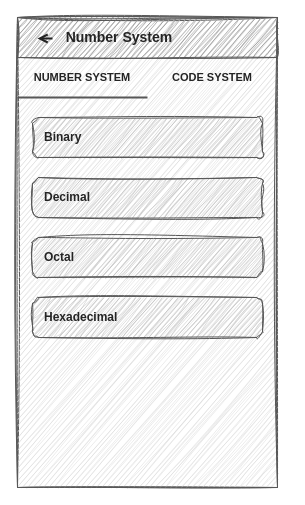
Above: page "Menu Sistem Bilangan" (1 of 2) of Wireframe fitur sistem bilangan.drawio in dans609/diagrams_net (draw.io), before the change. Source tidied: cells renumbered, new cells numbered last; positions are measured from the earlier drawing's top-left corner, leaving out a move shared by most shapes. Both pictures are drawn from the tidied source at 100%, with x=0, y=0 at pixel (17, 17).
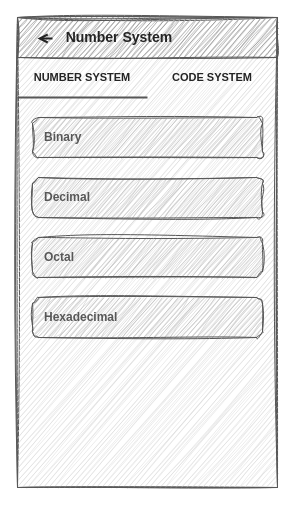
The same diagram, later.

Commit message:
Change hints color of input on Number System Menu

Diff of the diagram source:
```diff
@@
 <mxGraphModel>
   <root>
     <mxCell id="0" />
     <mxCell id="1" parent="0" />
     <mxCell id="2" style="group;" parent="1" vertex="1">
       <mxGeometry width="270" height="470" as="geometry" />
     </mxCell>
     <mxCell id="3" style="group;" parent="2" vertex="1">
       <mxGeometry width="270" height="470" as="geometry" />
     </mxCell>
     <mxCell id="4" style="rounded=0;whiteSpace=wrap;html=1;sketch=1;curveFitting=1;jiggle=2;fillColor=default;strokeColor=#575757;" parent="3" vertex="1">
       <mxGeometry width="260" height="470" as="geometry" />
     </mxCell>
     <mxCell id="5" style="rounded=0;whiteSpace=wrap;html=1;fillColor=#D9D9D9;strokeColor=#575757;sketch=1;curveFitting=1;jiggle=2;" parent="3" vertex="1">
       <mxGeometry width="260" height="470" as="geometry" />
     </mxCell>
     <mxCell id="6" value="&amp;nbsp; &amp;nbsp; &amp;nbsp; &amp;nbsp; &amp;nbsp; &amp;nbsp; Number System" style="text;strokeColor=#575757;align=left;fillColor=#878787;html=1;verticalAlign=middle;whiteSpace=wrap;rounded=0;fontStyle=1;fontSize=14;shadow=0;sketch=1;curveFitting=1;jiggle=2;fontFamily=Helvetica;fontColor=#242424;" parent="3" vertex="1">
       <mxGeometry width="260" height="40" as="geometry" />
     </mxCell>
     <mxCell id="7" style="edgeStyle=none;orthogonalLoop=1;jettySize=auto;html=1;rounded=1;strokeWidth=2;endArrow=open;endFill=0;strokeColor=#242424;" parent="3" edge="1">
       <mxGeometry relative="1" as="geometry">
         <mxPoint x="35" y="21" as="sourcePoint" />
         <mxPoint x="20" y="21" as="targetPoint" />
       </mxGeometry>
     </mxCell>
     <mxCell id="8" value="NUMBER SYSTEM" style="text;strokeColor=none;align=center;fillColor=none;html=1;verticalAlign=middle;whiteSpace=wrap;rounded=0;fontStyle=1;fontSize=11;shadow=0;sketch=1;curveFitting=1;jiggle=2;fontFamily=Helvetica;fontColor=#242424;" parent="3" vertex="1">
       <mxGeometry y="40" width="130" height="40" as="geometry" />
     </mxCell>
     <mxCell id="9" value="CODE SYSTEM" style="text;strokeColor=none;align=center;fillColor=none;html=1;verticalAlign=middle;whiteSpace=wrap;rounded=0;fontStyle=1;fontSize=11;shadow=0;sketch=1;curveFitting=1;jiggle=2;fontFamily=Helvetica;fontColor=#242424;" parent="3" vertex="1">
       <mxGeometry x="130" y="40" width="130" height="40" as="geometry" />
     </mxCell>
     <mxCell id="10" style="edgeStyle=none;jettySize=auto;html=1;rounded=0;exitX=0;exitY=1;exitDx=0;exitDy=0;entryX=0;entryY=1;entryDx=0;entryDy=0;endArrow=none;endFill=0;strokeWidth=2;strokeColor=#575757;" parent="3" edge="1" source="8" target="9">
       <mxGeometry relative="1" as="geometry" />
     </mxCell>
-    <mxCell id="11" value="&amp;nbsp; &amp;nbsp;Binary" style="text;strokeColor=#575757;align=left;fillColor=#BABABA;html=1;verticalAlign=middle;whiteSpace=wrap;rounded=1;fontStyle=1;fontSize=12;shadow=0;sketch=1;curveFitting=1;jiggle=2;fontFamily=Helvetica;fontColor=#242424;" parent="3" vertex="1">
+    <mxCell id="11" value="&amp;nbsp; &amp;nbsp;Binary" style="text;strokeColor=#575757;align=left;fillColor=#BABABA;html=1;verticalAlign=middle;whiteSpace=wrap;rounded=1;fontStyle=1;fontSize=12;shadow=0;sketch=1;curveFitting=1;jiggle=2;fontFamily=Helvetica;fontColor=#575757;" parent="3" vertex="1">
       <mxGeometry x="15" y="100" width="230" height="40" as="geometry" />
     </mxCell>
-    <mxCell id="12" value="&amp;nbsp; &amp;nbsp;Decimal" style="text;strokeColor=#575757;align=left;fillColor=#BABABA;html=1;verticalAlign=middle;whiteSpace=wrap;rounded=1;fontStyle=1;fontSize=12;shadow=0;sketch=1;curveFitting=1;jiggle=2;fontFamily=Helvetica;fontColor=#242424;" parent="3" vertex="1">
+    <mxCell id="12" value="&amp;nbsp; &amp;nbsp;Decimal" style="text;strokeColor=#575757;align=left;fillColor=#BABABA;html=1;verticalAlign=middle;whiteSpace=wrap;rounded=1;fontStyle=1;fontSize=12;shadow=0;sketch=1;curveFitting=1;jiggle=2;fontFamily=Helvetica;fontColor=#575757;" parent="3" vertex="1">
       <mxGeometry x="15" y="160" width="230" height="40" as="geometry" />
     </mxCell>
-    <mxCell id="13" value="&amp;nbsp; &amp;nbsp;Octal" style="text;strokeColor=#575757;align=left;fillColor=#BABABA;html=1;verticalAlign=middle;whiteSpace=wrap;rounded=1;fontStyle=1;fontSize=12;shadow=0;sketch=1;curveFitting=1;jiggle=2;fontFamily=Helvetica;fontColor=#242424;" parent="3" vertex="1">
+    <mxCell id="13" value="&amp;nbsp; &amp;nbsp;Octal" style="text;strokeColor=#575757;align=left;fillColor=#BABABA;html=1;verticalAlign=middle;whiteSpace=wrap;rounded=1;fontStyle=1;fontSize=12;shadow=0;sketch=1;curveFitting=1;jiggle=2;fontFamily=Helvetica;fontColor=#575757;" parent="3" vertex="1">
       <mxGeometry x="15" y="220" width="230" height="40" as="geometry" />
     </mxCell>
-    <mxCell id="14" value="&amp;nbsp; &amp;nbsp;Hexadecimal" style="text;strokeColor=#575757;align=left;fillColor=#BABABA;html=1;verticalAlign=middle;whiteSpace=wrap;rounded=1;fontStyle=1;fontSize=12;shadow=0;sketch=1;curveFitting=1;jiggle=2;fontFamily=Helvetica;fontColor=#242424;" parent="3" vertex="1">
+    <mxCell id="14" value="&amp;nbsp; &amp;nbsp;Hexadecimal" style="text;strokeColor=#575757;align=left;fillColor=#BABABA;html=1;verticalAlign=middle;whiteSpace=wrap;rounded=1;fontStyle=1;fontSize=12;shadow=0;sketch=1;curveFitting=1;jiggle=2;fontFamily=Helvetica;fontColor=#575757;" parent="3" vertex="1">
       <mxGeometry x="15" y="280" width="230" height="40" as="geometry" />
     </mxCell>
   </root>
 </mxGraphModel>
```
